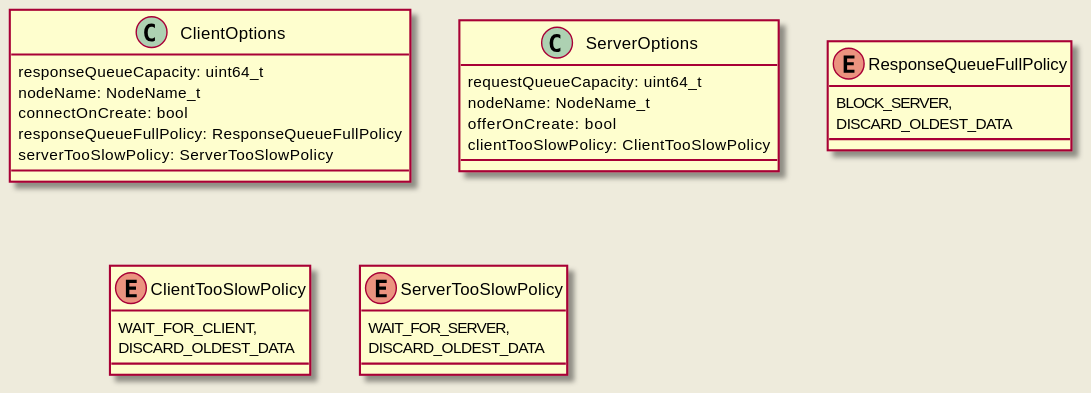
The PlantUML diagram doc/design/diagrams/request_response/client_and_server_options.svg in eclipse-iceoryx/iceoryx, before a commit. Its source is kept beside it as doc/design/diagrams/request_response/client_and_server_options.puml.
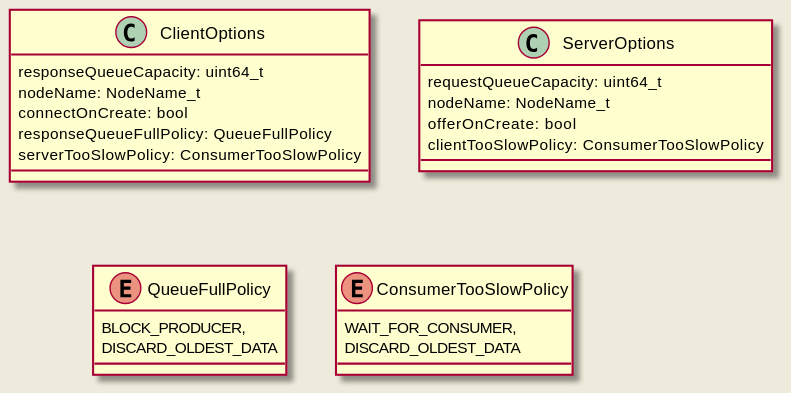
Above is the later version.

Commit message:
iox-#27 Refine client and server options

What changed in the source:
```diff
@@ -5,30 +5,25 @@
   responseQueueCapacity: uint64_t
   nodeName: NodeName_t
   connectOnCreate: bool
-  responseQueueFullPolicy: ResponseQueueFullPolicy
-  serverTooSlowPolicy: ServerTooSlowPolicy
+  responseQueueFullPolicy: QueueFullPolicy
+  serverTooSlowPolicy: ConsumerTooSlowPolicy
 }
 
 class ServerOptions {
   requestQueueCapacity: uint64_t
   nodeName: NodeName_t
   offerOnCreate: bool
-  clientTooSlowPolicy: ClientTooSlowPolicy
+  clientTooSlowPolicy: ConsumerTooSlowPolicy
 }
 
-enum ResponseQueueFullPolicy {
-    BLOCK_SERVER,
-    DISCARD_OLDEST_DATA
+enum QueueFullPolicy {
+  BLOCK_PRODUCER,
+  DISCARD_OLDEST_DATA
 }
 
-enum ClientTooSlowPolicy {
-    WAIT_FOR_CLIENT,
-    DISCARD_OLDEST_DATA
-}
-
-enum ServerTooSlowPolicy {
-    WAIT_FOR_SERVER,
-    DISCARD_OLDEST_DATA
+enum ConsumerTooSlowPolicy {
+  WAIT_FOR_CONSUMER,
+  DISCARD_OLDEST_DATA
 }
 
 @enduml
```
